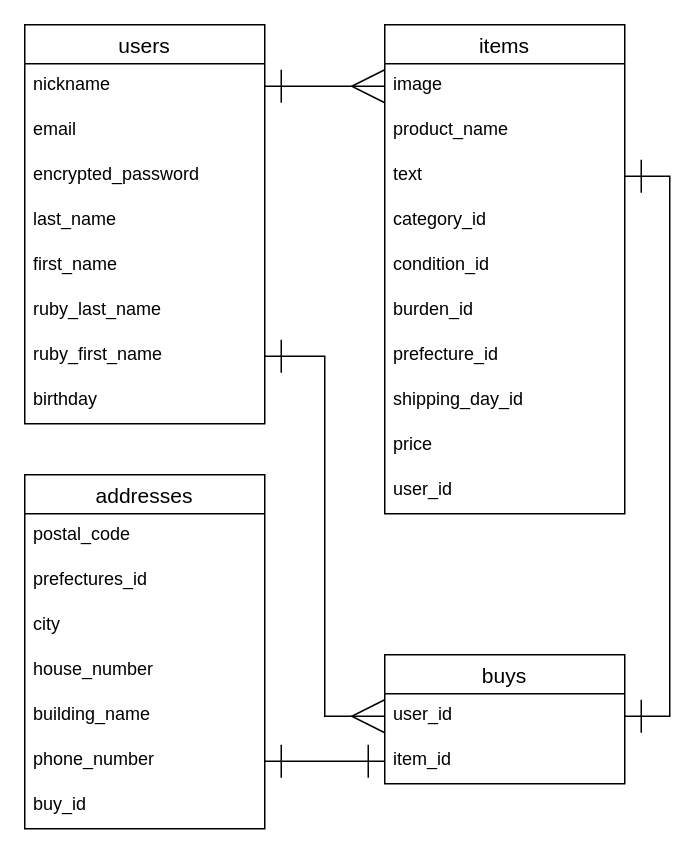
Above: ER.dio in takuya-kun/furima-34798 (draw.io), before the change. Source tidied: cells renumbered, new cells numbered last; positions are measured from the earlier drawing's top-left corner, leaving out a move shared by most shapes. Both pictures are drawn from the tidied source at 150%, with x=0, y=0 at pixel (24, 24).
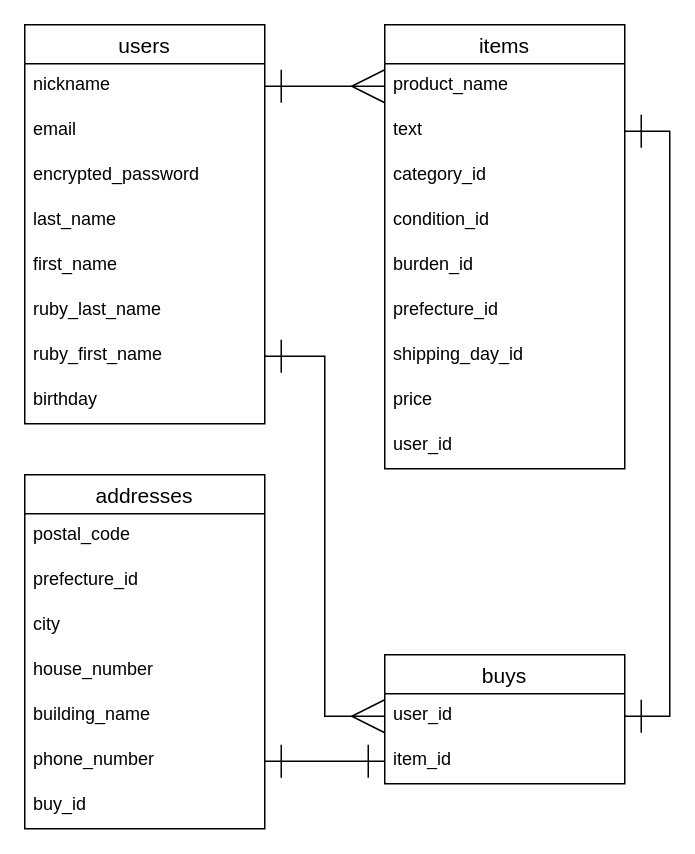
After the change.

Commit message:
指摘点修正_5回目

Unchanged cells that the change refers to:
```xml
<mxCell id="3" value="nickname" style="text;strokeColor=none;fillColor=none;spacingLeft=4;spacingRight=4;overflow=hidden;points=[[0,0.5],[1,0.5]];portConstraint=eastwest;fontSize=12;" parent="2" vertex="1">
  <mxGeometry y="26" width="160" height="30" as="geometry" />
</mxCell>
<mxCell id="22" value="addresses" style="swimlane;fontStyle=0;horizontal=1;startSize=26;align=center;fontSize=14;" parent="1" vertex="1">
  <mxGeometry y="300" width="160" height="236" as="geometry" />
</mxCell>
```

What changed in the source:
```diff
@@
     <mxCell id="11" value="items" style="swimlane;fontStyle=0;horizontal=1;startSize=26;align=center;fontSize=14;" parent="1" vertex="1">
-      <mxGeometry x="240" width="160" height="326" as="geometry" />
+      <mxGeometry x="240" width="160" height="296" as="geometry" />
     </mxCell>
-    <mxCell id="12" value="image" style="text;strokeColor=none;fillColor=none;spacingLeft=4;spacingRight=4;overflow=hidden;points=[[0,0.5],[1,0.5]];portConstraint=eastwest;fontSize=12;" parent="11" vertex="1">
-      <mxGeometry y="26" width="160" height="30" as="geometry" />
-    </mxCell>
     <mxCell id="13" value="product_name" style="text;strokeColor=none;fillColor=none;spacingLeft=4;spacingRight=4;overflow=hidden;fontSize=12;" parent="11" vertex="1">
-      <mxGeometry y="56" width="160" height="30" as="geometry" />
+      <mxGeometry y="26" width="160" height="30" as="geometry" />
     </mxCell>
     <mxCell id="14" value="text" style="text;strokeColor=none;fillColor=none;spacingLeft=4;spacingRight=4;overflow=hidden;points=[[0,0.5],[1,0.5]];portConstraint=eastwest;fontSize=12;" parent="11" vertex="1">
-      <mxGeometry y="86" width="160" height="30" as="geometry" />
+      <mxGeometry y="56" width="160" height="30" as="geometry" />
     </mxCell>
     <mxCell id="15" value="category_id" style="text;strokeColor=none;fillColor=none;spacingLeft=4;spacingRight=4;overflow=hidden;fontSize=12;" parent="11" vertex="1">
-      <mxGeometry y="116" width="160" height="30" as="geometry" />
+      <mxGeometry y="86" width="160" height="30" as="geometry" />
     </mxCell>
     <mxCell id="16" value="condition_id" style="text;strokeColor=none;fillColor=none;spacingLeft=4;spacingRight=4;overflow=hidden;fontSize=12;" parent="11" vertex="1">
-      <mxGeometry y="146" width="160" height="30" as="geometry" />
+      <mxGeometry y="116" width="160" height="30" as="geometry" />
     </mxCell>
     <mxCell id="17" value="burden_id" style="text;strokeColor=none;fillColor=none;spacingLeft=4;spacingRight=4;overflow=hidden;fontSize=12;" parent="11" vertex="1">
-      <mxGeometry y="176" width="160" height="30" as="geometry" />
+      <mxGeometry y="146" width="160" height="30" as="geometry" />
     </mxCell>
     <mxCell id="18" value="prefecture_id" style="text;strokeColor=none;fillColor=none;spacingLeft=4;spacingRight=4;overflow=hidden;fontSize=12;" parent="11" vertex="1">
-      <mxGeometry y="206" width="160" height="30" as="geometry" />
+      <mxGeometry y="176" width="160" height="30" as="geometry" />
     </mxCell>
     <mxCell id="19" value="shipping_day_id" style="text;strokeColor=none;fillColor=none;spacingLeft=4;spacingRight=4;overflow=hidden;fontSize=12;" parent="11" vertex="1">
-      <mxGeometry y="236" width="160" height="30" as="geometry" />
+      <mxGeometry y="206" width="160" height="30" as="geometry" />
     </mxCell>
     <mxCell id="20" value="price" style="text;strokeColor=none;fillColor=none;spacingLeft=4;spacingRight=4;overflow=hidden;fontSize=12;" parent="11" vertex="1">
-      <mxGeometry y="266" width="160" height="30" as="geometry" />
+      <mxGeometry y="236" width="160" height="30" as="geometry" />
     </mxCell>
     <mxCell id="21" value="user_id" style="text;strokeColor=none;fillColor=none;spacingLeft=4;spacingRight=4;overflow=hidden;fontSize=12;" parent="11" vertex="1">
-      <mxGeometry y="296" width="160" height="30" as="geometry" />
+      <mxGeometry y="266" width="160" height="30" as="geometry" />
     </mxCell>
@@
-    <mxCell id="24" value="prefectures_id" style="text;strokeColor=none;fillColor=none;spacingLeft=4;spacingRight=4;overflow=hidden;fontSize=12;" parent="22" vertex="1">
+    <mxCell id="24" value="prefecture_id" style="text;strokeColor=none;fillColor=none;spacingLeft=4;spacingRight=4;overflow=hidden;fontSize=12;" parent="22" vertex="1">
       <mxGeometry y="56" width="160" height="30" as="geometry" />
     </mxCell>
@@
-    <mxCell id="30" style="edgeStyle=orthogonalEdgeStyle;rounded=0;jettySize=auto;html=1;entryX=0;entryY=0.5;entryDx=0;entryDy=0;startArrow=ERone;startFill=0;endArrow=ERmany;endFill=0;endSize=20;startSize=20;" parent="1" edge="1" source="3" target="12">
-      <mxGeometry relative="1" as="geometry" />
+    <mxCell id="30" style="edgeStyle=orthogonalEdgeStyle;rounded=0;jettySize=auto;html=1;entryX=0;entryY=0.5;entryDx=0;entryDy=0;startArrow=ERone;startFill=0;endArrow=ERmany;endFill=0;endSize=20;startSize=20;" parent="1" edge="1" source="3">
+      <mxGeometry relative="1" as="geometry">
+        <mxPoint x="240" y="41" as="targetPoint" />
+      </mxGeometry>
     </mxCell>
```
